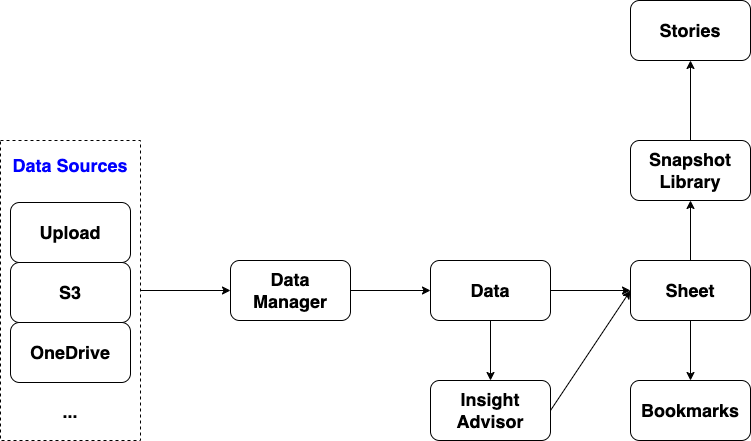
This is Visualization/img/Qlik_2.png from lin-chen-DLA/lin-chen-DLA.github.io, a draw.io export, as it was before one commit. Source tidied: cells renumbered, new cells last; positions are measured from the earlier drawing's top-left corner, leaving out a move shared by most shapes.
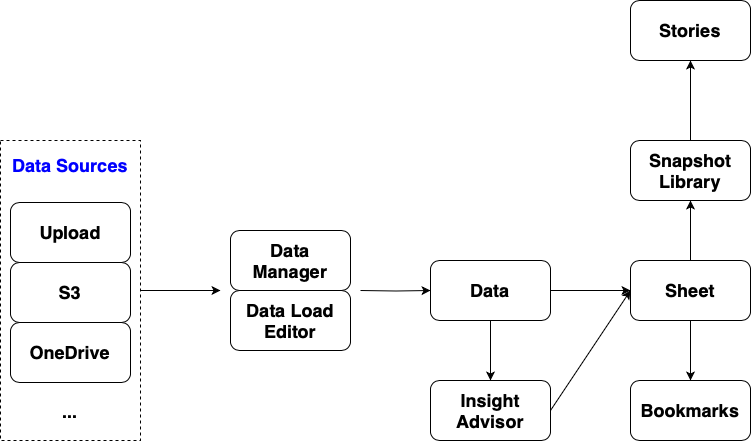
After the commit.

The edit, as a diff of the source:
```diff
@@ -11,11 +11,13 @@
     <mxCell id="4" value="&lt;font style=&quot;font-size: 18px;&quot;&gt;&lt;b&gt;Data&lt;/b&gt;&lt;/font&gt;" style="rounded=1;whiteSpace=wrap;html=1;" parent="1" vertex="1">
       <mxGeometry x="430" y="260" width="120" height="60" as="geometry" />
     </mxCell>
-    <mxCell id="5" style="edgeStyle=orthogonalEdgeStyle;rounded=0;jettySize=auto;html=1;entryX=0;entryY=0.5;entryDx=0;entryDy=0;" parent="1" edge="1" source="6" target="4">
-      <mxGeometry relative="1" as="geometry" />
+    <mxCell id="5" style="edgeStyle=orthogonalEdgeStyle;rounded=0;jettySize=auto;html=1;entryX=0;entryY=0.5;entryDx=0;entryDy=0;" parent="1" edge="1" target="4">
+      <mxGeometry relative="1" as="geometry">
+        <mxPoint x="360" y="290" as="sourcePoint" />
+      </mxGeometry>
     </mxCell>
     <mxCell id="6" value="&lt;font style=&quot;font-size: 18px;&quot;&gt;&lt;b&gt;Data Manager&lt;/b&gt;&lt;/font&gt;" style="rounded=1;whiteSpace=wrap;html=1;" parent="1" vertex="1">
-      <mxGeometry x="230" y="260" width="120" height="60" as="geometry" />
+      <mxGeometry x="230" y="230" width="120" height="60" as="geometry" />
     </mxCell>
     <mxCell id="7" style="edgeStyle=orthogonalEdgeStyle;rounded=0;jettySize=auto;html=1;" parent="1" edge="1" source="9" target="10">
       <mxGeometry relative="1" as="geometry" />
@@ -59,11 +61,16 @@
     <mxCell id="20" style="rounded=0;whiteSpace=wrap;html=1;fillColor=none;dashed=1;" parent="1" vertex="1">
       <mxGeometry y="140" width="140" height="300" as="geometry" />
     </mxCell>
-    <mxCell id="21" style="edgeStyle=orthogonalEdgeStyle;rounded=0;jettySize=auto;html=1;entryX=0;entryY=0.5;entryDx=0;entryDy=0;" parent="1" edge="1" source="20" target="6">
-      <mxGeometry relative="1" as="geometry" />
+    <mxCell id="21" style="edgeStyle=orthogonalEdgeStyle;rounded=0;jettySize=auto;html=1;" parent="1" edge="1" source="20">
+      <mxGeometry relative="1" as="geometry">
+        <mxPoint x="220" y="290" as="targetPoint" />
+      </mxGeometry>
     </mxCell>
     <mxCell id="22" value="&lt;font color=&quot;#0000ff&quot; style=&quot;font-size: 18px;&quot;&gt;&lt;b&gt;Data Sources&lt;/b&gt;&lt;/font&gt;" style="text;html=1;strokeColor=none;fillColor=none;align=center;verticalAlign=middle;whiteSpace=wrap;rounded=0;" parent="1" vertex="1">
       <mxGeometry x="10" y="150" width="120" height="30" as="geometry" />
     </mxCell>
+    <mxCell id="23" value="&lt;font style=&quot;font-size: 18px;&quot;&gt;&lt;b&gt;Data Load Editor&lt;/b&gt;&lt;/font&gt;" style="rounded=1;whiteSpace=wrap;html=1;" parent="1" vertex="1">
+      <mxGeometry x="230" y="290" width="120" height="60" as="geometry" />
+    </mxCell>
   </root>
 </mxGraphModel>
```
